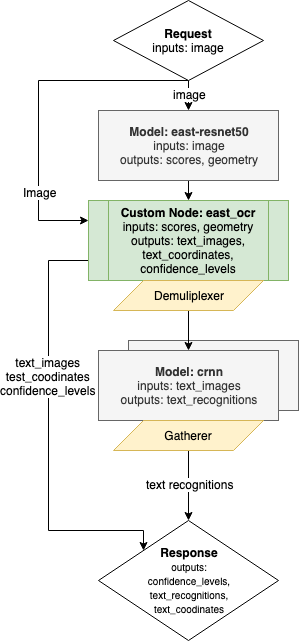
Before: docs/east_ocr.png, a diagram exported from draw.io (openvinotoolkit/model_server). Source tidied: cells renumbered, new cells last; positions are measured from the earlier drawing's top-left corner, leaving out a move shared by most shapes.
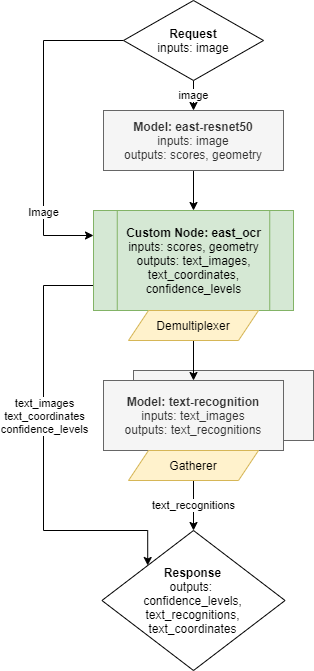
The same diagram one commit later.

Commit message:
east_ocr pipeline png updated

What changed in the source:
```diff
@@ -1,71 +1,70 @@
 <mxGraphModel>
   <root>
-    <mxCell id="0" />
-    <mxCell id="1" parent="0" />
-    <mxCell id="2" style="rounded=0;whiteSpace=wrap;html=1;fillColor=#f5f5f5;strokeColor=#666666;fontColor=#333333;" parent="1" vertex="1">
-      <mxGeometry x="90" y="340" width="170" height="70" as="geometry" />
-    </mxCell>
-    <mxCell id="3" style="edgeStyle=orthogonalEdgeStyle;rounded=0;jettySize=auto;html=1;exitX=0.5;exitY=1;exitDx=0;exitDy=0;" parent="1" edge="1" source="7" target="9">
-      <mxGeometry relative="1" as="geometry" />
-    </mxCell>
+    <mxCell id="20" />
+    <mxCell id="21" parent="20" />
-    <mxCell id="4" value="image" style="text;html=1;align=center;verticalAlign=middle;labelBackgroundColor=#ffffff;" parent="3" vertex="1">
-      <mxGeometry x="0.32" y="1" relative="1" as="geometry" />
+    <mxCell id="4" value="image" style="edgeStyle=orthogonalEdgeStyle;rounded=0;jettySize=auto;html=1;exitX=0.5;exitY=1;exitDx=0;exitDy=0;" parent="21" edge="1" source="7" target="9">
+      <mxGeometry relative="1" as="geometry" />
     </mxCell>
-    <mxCell id="5" style="edgeStyle=orthogonalEdgeStyle;rounded=0;jettySize=auto;html=1;exitX=0.5;exitY=1;exitDx=0;exitDy=0;entryX=0;entryY=0.25;entryDx=0;entryDy=0;" parent="1" edge="1" source="7" target="12">
-      <mxGeometry relative="1" as="geometry">
-        <Array as="points">
-          <mxPoint y="80" />
-          <mxPoint y="220" />
-        </Array>
-      </mxGeometry>
-    </mxCell>
+    <mxCell id="22" style="edgeStyle=orthogonalEdgeStyle;rounded=0;jettySize=auto;html=1;exitX=0;exitY=0.5;exitDx=0;exitDy=0;entryX=0;entryY=0.25;entryDx=0;entryDy=0;" parent="21" edge="1" source="7" target="27">
+      <mxGeometry relative="1" as="geometry">
+        <Array as="points">
+          <mxPoint x="-40" y="-150" />
+          <mxPoint x="-40" y="45" />
+        </Array>
+      </mxGeometry>
+    </mxCell>
-    <mxCell id="6" value="Image" style="text;html=1;align=center;verticalAlign=middle;labelBackgroundColor=#ffffff;" parent="5" vertex="1">
-      <mxGeometry x="0.54" y="1" relative="1" as="geometry" />
+    <mxCell id="6" value="Image" style="edgeLabel;html=1;align=center;verticalAlign=middle;" parent="22" vertex="1">
+      <mxGeometry x="0.55" y="-1" relative="1" as="geometry" />
     </mxCell>
-    <mxCell id="7" value="&lt;b&gt;Request&lt;/b&gt;&lt;br&gt;inputs: image" style="rhombus;whiteSpace=wrap;html=1;" parent="1" vertex="1">
-      <mxGeometry x="75" width="150" height="80" as="geometry" />
+    <mxCell id="7" value="&lt;b&gt;Request&lt;/b&gt;&lt;br&gt;inputs: image" style="rhombus;whiteSpace=wrap;html=1;" parent="21" vertex="1">
+      <mxGeometry x="40" y="-190" width="140" height="80" as="geometry" />
     </mxCell>
-    <mxCell id="8" style="edgeStyle=orthogonalEdgeStyle;rounded=0;jettySize=auto;html=1;exitX=0.5;exitY=1;exitDx=0;exitDy=0;entryX=0.5;entryY=0;entryDx=0;entryDy=0;" parent="1" edge="1" source="9" target="12">
+    <mxCell id="8" style="edgeStyle=orthogonalEdgeStyle;rounded=0;jettySize=auto;html=1;exitX=0.5;exitY=1;exitDx=0;exitDy=0;entryX=0.5;entryY=0;entryDx=0;entryDy=0;" parent="21" edge="1" source="9" target="12">
       <mxGeometry relative="1" as="geometry" />
     </mxCell>
-    <mxCell id="9" value="&lt;b&gt;Model: east-resnet50&lt;/b&gt;&lt;br&gt;inputs: image&lt;br&gt;outputs: scores, geometry" style="rounded=0;whiteSpace=wrap;html=1;fillColor=#f5f5f5;strokeColor=#666666;fontColor=#333333;" parent="1" vertex="1">
-      <mxGeometry x="60" y="110" width="180" height="70" as="geometry" />
+    <mxCell id="9" value="&lt;b&gt;Model: east-resnet50&lt;/b&gt;&lt;br&gt;inputs: image&lt;br&gt;outputs: scores, geometry" style="rounded=0;whiteSpace=wrap;html=1;fillColor=#f5f5f5;strokeColor=#666666;fontColor=#333333;" parent="21" vertex="1">
+      <mxGeometry x="20" y="-80" width="180" height="60" as="geometry" />
     </mxCell>
-    <mxCell id="10" style="edgeStyle=orthogonalEdgeStyle;rounded=0;jettySize=auto;html=1;entryX=0;entryY=0;entryDx=0;entryDy=0;" parent="1" edge="1" source="12" target="14">
-      <mxGeometry relative="1" as="geometry">
-        <Array as="points">
-          <mxPoint x="10" y="260" />
-          <mxPoint x="10" y="530" />
-          <mxPoint x="105" y="530" />
-        </Array>
-      </mxGeometry>
-    </mxCell>
-    <mxCell id="11" value="text_images&lt;br&gt;test_coodinates&lt;br&gt;confidence_levels" style="text;html=1;align=center;verticalAlign=middle;labelBackgroundColor=#ffffff;" parent="10" vertex="1">
-      <mxGeometry x="-0.27" y="-1" relative="1" as="geometry" />
-    </mxCell>
+    <mxCell id="23" value="&lt;br&gt;&lt;b&gt;&lt;br&gt;&lt;/b&gt;" style="rounded=0;whiteSpace=wrap;html=1;fillColor=#f5f5f5;strokeColor=#666666;fontColor=#333333;" parent="21" vertex="1">
+      <mxGeometry x="50" y="180" width="180" height="70" as="geometry" />
+    </mxCell>
+    <mxCell id="24" value="&lt;b&gt;Model: text-recognition&lt;/b&gt;&lt;br&gt;inputs: text_images&lt;br&gt;outputs: text_recognitions" style="rounded=0;whiteSpace=wrap;html=1;fillColor=#f5f5f5;strokeColor=#666666;fontColor=#333333;" parent="21" vertex="1">
+      <mxGeometry x="20" y="190" width="180" height="70" as="geometry" />
+    </mxCell>
+    <mxCell id="25" style="edgeStyle=orthogonalEdgeStyle;rounded=0;jettySize=auto;html=1;exitX=0;exitY=0.75;exitDx=0;exitDy=0;entryX=0;entryY=0;entryDx=0;entryDy=0;" parent="21" edge="1" source="27" target="31">
+      <mxGeometry relative="1" as="geometry">
+        <Array as="points">
+          <mxPoint x="-40" y="95" />
+          <mxPoint x="-40" y="340" />
+          <mxPoint x="64" y="340" />
+        </Array>
+      </mxGeometry>
+    </mxCell>
+    <mxCell id="26" value="text_images&lt;br&gt;text_coordinates&lt;br&gt;confidence_levels" style="edgeLabel;html=1;align=center;verticalAlign=middle;" parent="25" vertex="1">
+      <mxGeometry x="-0.65" relative="1" as="geometry">
+        <mxPoint y="103" as="offset" />
+      </mxGeometry>
+    </mxCell>
+    <mxCell id="27" value="&lt;br&gt;&lt;b&gt;&lt;br&gt;&lt;/b&gt;" style="rounded=0;whiteSpace=wrap;html=1;fillColor=#d5e8d4;strokeColor=#82b366;" parent="21" vertex="1">
+      <mxGeometry x="10" y="20" width="200" height="100" as="geometry" />
+    </mxCell>
-    <mxCell id="12" value="&lt;b&gt;Custom Node: east_ocr&lt;/b&gt;&lt;br&gt;inputs: scores, geometry&lt;br&gt;outputs: text_images, text_coordinates, confidence_levels" style="shape=process;whiteSpace=wrap;html=1;backgroundOutline=1;fillColor=#d5e8d4;strokeColor=#82b366;" parent="1" vertex="1">
-      <mxGeometry x="50" y="200" width="200" height="80" as="geometry" />
+    <mxCell id="12" value="&lt;b&gt;Custom Node: east_ocr&lt;br&gt;&lt;/b&gt;inputs: scores, geometry&lt;br&gt;outputs: text_images,&lt;br&gt;text_coordinates,&lt;br&gt;confidence_levels" style="rounded=0;whiteSpace=wrap;html=1;fillColor=#d5e8d4;strokeColor=#82b366;" parent="21" vertex="1">
+      <mxGeometry x="33.8" y="20" width="152.5" height="100" as="geometry" />
     </mxCell>
-    <mxCell id="13" value="&lt;b&gt;Model: crnn&lt;/b&gt;&lt;br&gt;inputs: text_images&lt;br&gt;outputs: text_recognitions" style="rounded=0;whiteSpace=wrap;html=1;fillColor=#f5f5f5;strokeColor=#666666;fontColor=#333333;" parent="1" vertex="1">
-      <mxGeometry x="60" y="350" width="180" height="70" as="geometry" />
-    </mxCell>
-    <mxCell id="14" value="&lt;b&gt;Response&lt;/b&gt;&lt;br&gt;&lt;font style=&quot;font-size: 10px&quot;&gt;outputs:&lt;br&gt;confidence_levels,&lt;br&gt;text_recognitions,&lt;br&gt;text_coodinates&lt;/font&gt;" style="rhombus;whiteSpace=wrap;html=1;" parent="1" vertex="1">
-      <mxGeometry x="60" y="520" width="180" height="120" as="geometry" />
-    </mxCell>
-    <mxCell id="15" style="edgeStyle=orthogonalEdgeStyle;rounded=0;jettySize=auto;html=1;exitX=0.5;exitY=1;exitDx=0;exitDy=0;entryX=0.5;entryY=0;entryDx=0;entryDy=0;" parent="1" edge="1" source="16" target="13">
-      <mxGeometry relative="1" as="geometry" />
-    </mxCell>
-    <mxCell id="16" value="Demuliplexer" style="shape=parallelogram;perimeter=parallelogramPerimeter;whiteSpace=wrap;html=1;fillColor=#fff2cc;strokeColor=#d6b656;" parent="1" vertex="1">
-      <mxGeometry x="75" y="280" width="150" height="30" as="geometry" />
-    </mxCell>
-    <mxCell id="17" style="edgeStyle=orthogonalEdgeStyle;rounded=0;jettySize=auto;html=1;exitX=0.5;exitY=1;exitDx=0;exitDy=0;entryX=0.5;entryY=0;entryDx=0;entryDy=0;" parent="1" edge="1" source="19" target="14">
-      <mxGeometry relative="1" as="geometry" />
-    </mxCell>
-    <mxCell id="18" value="text recognitions" style="text;html=1;align=center;verticalAlign=middle;labelBackgroundColor=#ffffff;" parent="17" vertex="1">
-      <mxGeometry x="-0.07" y="1" relative="1" as="geometry" />
-    </mxCell>
+    <mxCell id="28" value="text_recognitions" style="edgeStyle=orthogonalEdgeStyle;rounded=0;jettySize=auto;html=1;exitX=0.5;exitY=1;exitDx=0;exitDy=0;entryX=0.5;entryY=0;entryDx=0;entryDy=0;" parent="21" edge="1" source="19" target="31">
+      <mxGeometry relative="1" as="geometry" />
+    </mxCell>
-    <mxCell id="19" value="Gatherer" style="shape=parallelogram;perimeter=parallelogramPerimeter;whiteSpace=wrap;html=1;fillColor=#fff2cc;strokeColor=#d6b656;" parent="1" vertex="1">
-      <mxGeometry x="75" y="420" width="150" height="30" as="geometry" />
+    <mxCell id="19" value="Gatherer" style="shape=parallelogram;perimeter=parallelogramPerimeter;whiteSpace=wrap;html=1;fixedSize=1;fillColor=#fff2cc;strokeColor=#d6b656;" parent="21" vertex="1">
+      <mxGeometry x="45" y="260" width="130" height="30" as="geometry" />
     </mxCell>
+    <mxCell id="29" style="edgeStyle=orthogonalEdgeStyle;rounded=0;jettySize=auto;html=1;exitX=0.5;exitY=1;exitDx=0;exitDy=0;entryX=0.5;entryY=0;entryDx=0;entryDy=0;" parent="21" edge="1" source="30" target="24">
+      <mxGeometry relative="1" as="geometry" />
+    </mxCell>
+    <mxCell id="30" value="Demultiplexer" style="shape=parallelogram;perimeter=parallelogramPerimeter;whiteSpace=wrap;html=1;fixedSize=1;fillColor=#fff2cc;strokeColor=#d6b656;" parent="21" vertex="1">
+      <mxGeometry x="45" y="120" width="130" height="30" as="geometry" />
+    </mxCell>
+    <mxCell id="31" value="&lt;b&gt;Response&lt;/b&gt;&lt;br&gt;outputs: &lt;br&gt;confidence_levels,&lt;br&gt;text_recognitions,&lt;br&gt;text_coordinates" style="rhombus;whiteSpace=wrap;html=1;" parent="21" vertex="1">
+      <mxGeometry x="18.4" y="340" width="183.1" height="140" as="geometry" />
+    </mxCell>
   </root>
 </mxGraphModel>
```
